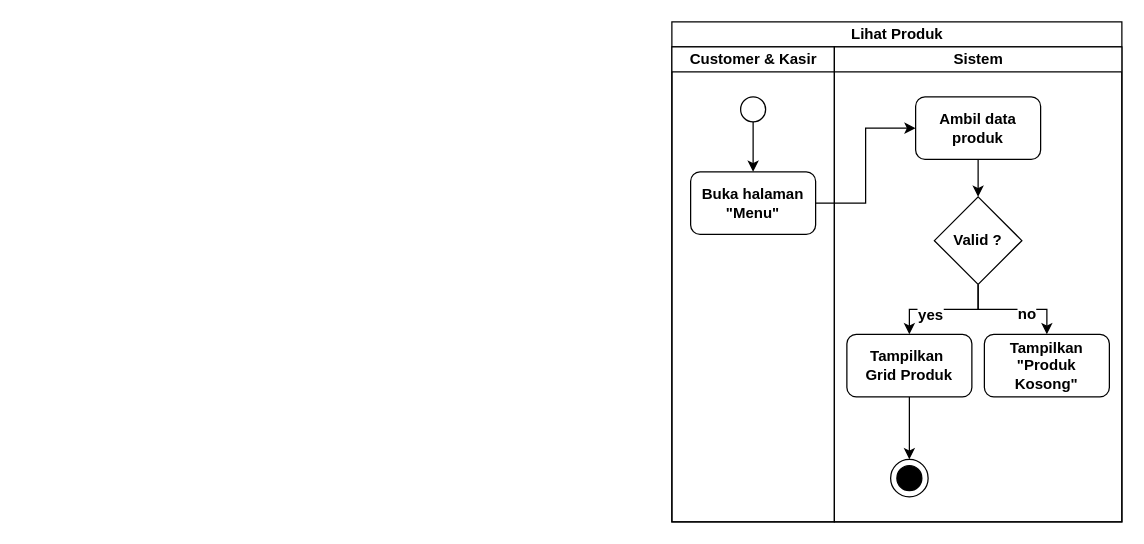
Above: page "lihat produk" (16 of 19) of assets/uml/activity-diagram.drawio in RIOKOWI/warmindo_purnama_flutter (draw.io), before the change. Source tidied: cells renumbered, new cells numbered last; positions are measured from the earlier drawing's top-left corner, leaving out a move shared by most shapes. Both pictures are drawn from the tidied source at 125%, with x=0, y=0 at pixel (21, 21).
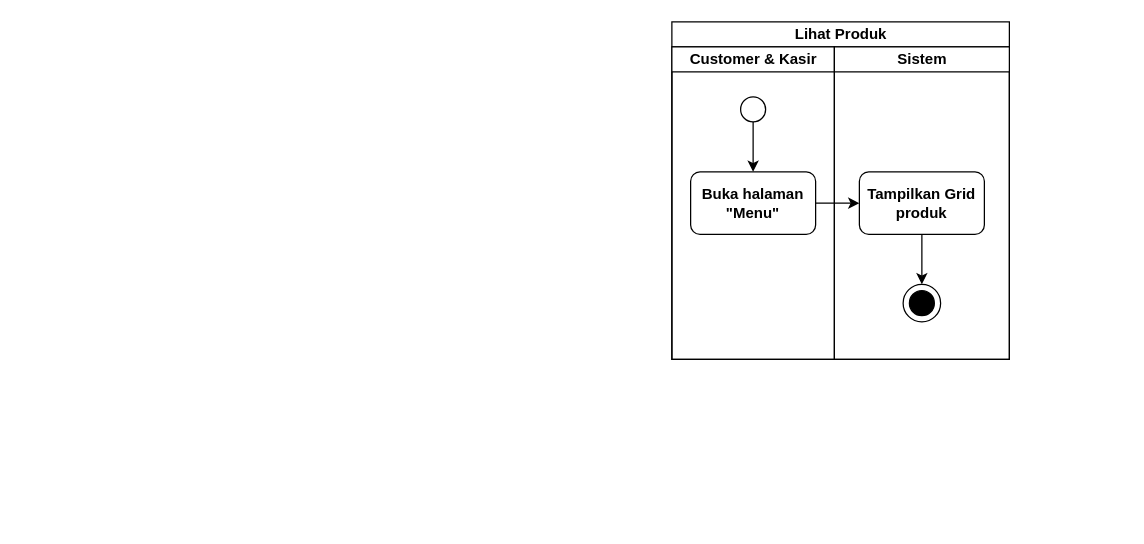
Above is the later version.

Commit message:
docs(uml): refactor activity diagram see prduct

Unchanged cells that the change refers to:
```xml
<mxCell id="20" style="ellipse;whiteSpace=wrap;html=1;strokeColor=default;align=center;verticalAlign=middle;fontFamily=Helvetica;fontSize=12;fontColor=default;fontStyle=1;fillColor=default;" parent="19" vertex="1">
  <mxGeometry width="30" height="30" as="geometry" />
</mxCell>
```

Diff of the diagram source:
```diff
@@
     <mxCell id="3" value="Lihat Produk" style="swimlane;startSize=20;html=1;" parent="1" vertex="1">
-      <mxGeometry x="520" width="360" height="400" as="geometry" />
+      <mxGeometry x="520" width="270" height="270" as="geometry" />
     </mxCell>
     <mxCell id="4" value="Customer &amp;amp; Kasir" style="swimlane;startSize=20;html=1;" parent="3" vertex="1">
-      <mxGeometry y="20" width="130" height="380" as="geometry" />
+      <mxGeometry y="20" width="130" height="250" as="geometry" />
     </mxCell>
@@
     <mxCell id="8" value="Sistem" style="swimlane;startSize=20;html=1;" parent="3" vertex="1">
-      <mxGeometry x="130" y="20" width="230" height="380" as="geometry" />
+      <mxGeometry x="130" y="20" width="140" height="250" as="geometry" />
     </mxCell>
-    <mxCell id="9" style="edgeStyle=orthogonalEdgeStyle;shape=connector;rounded=0;html=1;entryX=0.5;entryY=0;entryDx=0;entryDy=0;strokeColor=default;align=center;verticalAlign=middle;fontFamily=Helvetica;fontSize=12;fontColor=default;fontStyle=1;labelBackgroundColor=default;endArrow=classic;curved=0;" parent="8" edge="1" source="13" target="17">
-      <mxGeometry relative="1" as="geometry" />
-    </mxCell>
-    <mxCell id="10" value="yes" style="edgeLabel;html=1;align=center;verticalAlign=middle;fontFamily=Helvetica;fontSize=12;fontColor=default;fontStyle=1;labelBackgroundColor=default;" parent="9" vertex="1">
-      <mxGeometry x="0.24" y="4" relative="1" as="geometry" />
-    </mxCell>
-    <mxCell id="11" style="edgeStyle=orthogonalEdgeStyle;shape=connector;rounded=0;html=1;entryX=0.5;entryY=0;entryDx=0;entryDy=0;strokeColor=default;align=center;verticalAlign=middle;fontFamily=Helvetica;fontSize=12;fontColor=default;fontStyle=1;labelBackgroundColor=default;endArrow=classic;curved=0;" parent="8" edge="1" source="13" target="18">
-      <mxGeometry relative="1" as="geometry" />
-    </mxCell>
-    <mxCell id="12" value="no" style="edgeLabel;html=1;align=center;verticalAlign=middle;fontFamily=Helvetica;fontSize=12;fontColor=default;fontStyle=1;labelBackgroundColor=default;" parent="11" vertex="1">
-      <mxGeometry x="0.22" y="-3" relative="1" as="geometry" />
-    </mxCell>
-    <mxCell id="13" value="Valid ?" style="rhombus;whiteSpace=wrap;html=1;strokeColor=default;align=center;verticalAlign=middle;fontFamily=Helvetica;fontSize=12;fontColor=default;fontStyle=1;fillColor=default;" parent="8" vertex="1">
-      <mxGeometry x="80" y="120" width="70" height="70" as="geometry" />
-    </mxCell>
-    <mxCell id="14" style="edgeStyle=orthogonalEdgeStyle;shape=connector;rounded=0;html=1;entryX=0.5;entryY=0;entryDx=0;entryDy=0;strokeColor=default;align=center;verticalAlign=middle;fontFamily=Helvetica;fontSize=12;fontColor=default;fontStyle=1;labelBackgroundColor=default;endArrow=classic;curved=0;" parent="8" edge="1" source="15" target="13">
-      <mxGeometry relative="1" as="geometry" />
-    </mxCell>
+    <mxCell id="23" style="edgeStyle=orthogonalEdgeStyle;shape=connector;curved=0;rounded=0;html=1;entryX=0.5;entryY=0;entryDx=0;entryDy=0;strokeColor=default;align=center;verticalAlign=middle;fontFamily=Helvetica;fontSize=12;fontColor=default;fontStyle=1;labelBackgroundColor=default;endArrow=classic;" parent="8" edge="1" source="15" target="20">
+      <mxGeometry relative="1" as="geometry" />
+    </mxCell>
-    <mxCell id="15" value="Ambil data produk" style="rounded=1;whiteSpace=wrap;html=1;strokeColor=default;align=center;verticalAlign=middle;fontFamily=Helvetica;fontSize=12;fontColor=default;fontStyle=1;fillColor=default;" parent="8" vertex="1">
-      <mxGeometry x="65" y="40" width="100" height="50" as="geometry" />
+    <mxCell id="15" value="Tampilkan Grid produk" style="rounded=1;whiteSpace=wrap;html=1;strokeColor=default;align=center;verticalAlign=middle;fontFamily=Helvetica;fontSize=12;fontColor=default;fontStyle=1;fillColor=default;" parent="8" vertex="1">
+      <mxGeometry x="20" y="100" width="100" height="50" as="geometry" />
     </mxCell>
-    <mxCell id="16" style="edgeStyle=orthogonalEdgeStyle;shape=connector;rounded=0;html=1;strokeColor=default;align=center;verticalAlign=middle;fontFamily=Helvetica;fontSize=12;fontColor=default;fontStyle=1;labelBackgroundColor=default;endArrow=classic;curved=0;" parent="8" edge="1" source="17" target="20">
-      <mxGeometry relative="1" as="geometry" />
-    </mxCell>
-    <mxCell id="17" value="Tampilkan&amp;nbsp;&lt;div&gt;Grid Produk&lt;/div&gt;" style="rounded=1;whiteSpace=wrap;html=1;strokeColor=default;align=center;verticalAlign=middle;fontFamily=Helvetica;fontSize=12;fontColor=default;fontStyle=1;fillColor=default;" parent="8" vertex="1">
-      <mxGeometry x="10" y="230" width="100" height="50" as="geometry" />
-    </mxCell>
-    <mxCell id="18" value="Tampilkan&lt;div&gt;&quot;Produk Kosong&quot;&lt;/div&gt;" style="rounded=1;whiteSpace=wrap;html=1;strokeColor=default;align=center;verticalAlign=middle;fontFamily=Helvetica;fontSize=12;fontColor=default;fontStyle=1;fillColor=default;" parent="8" vertex="1">
-      <mxGeometry x="120" y="230" width="100" height="50" as="geometry" />
-    </mxCell>
     <mxCell id="19" style="group;" parent="8" vertex="1">
-      <mxGeometry x="45" y="330" width="30" height="30" as="geometry" />
+      <mxGeometry x="55" y="190" width="30" height="30" as="geometry" />
     </mxCell>
```
